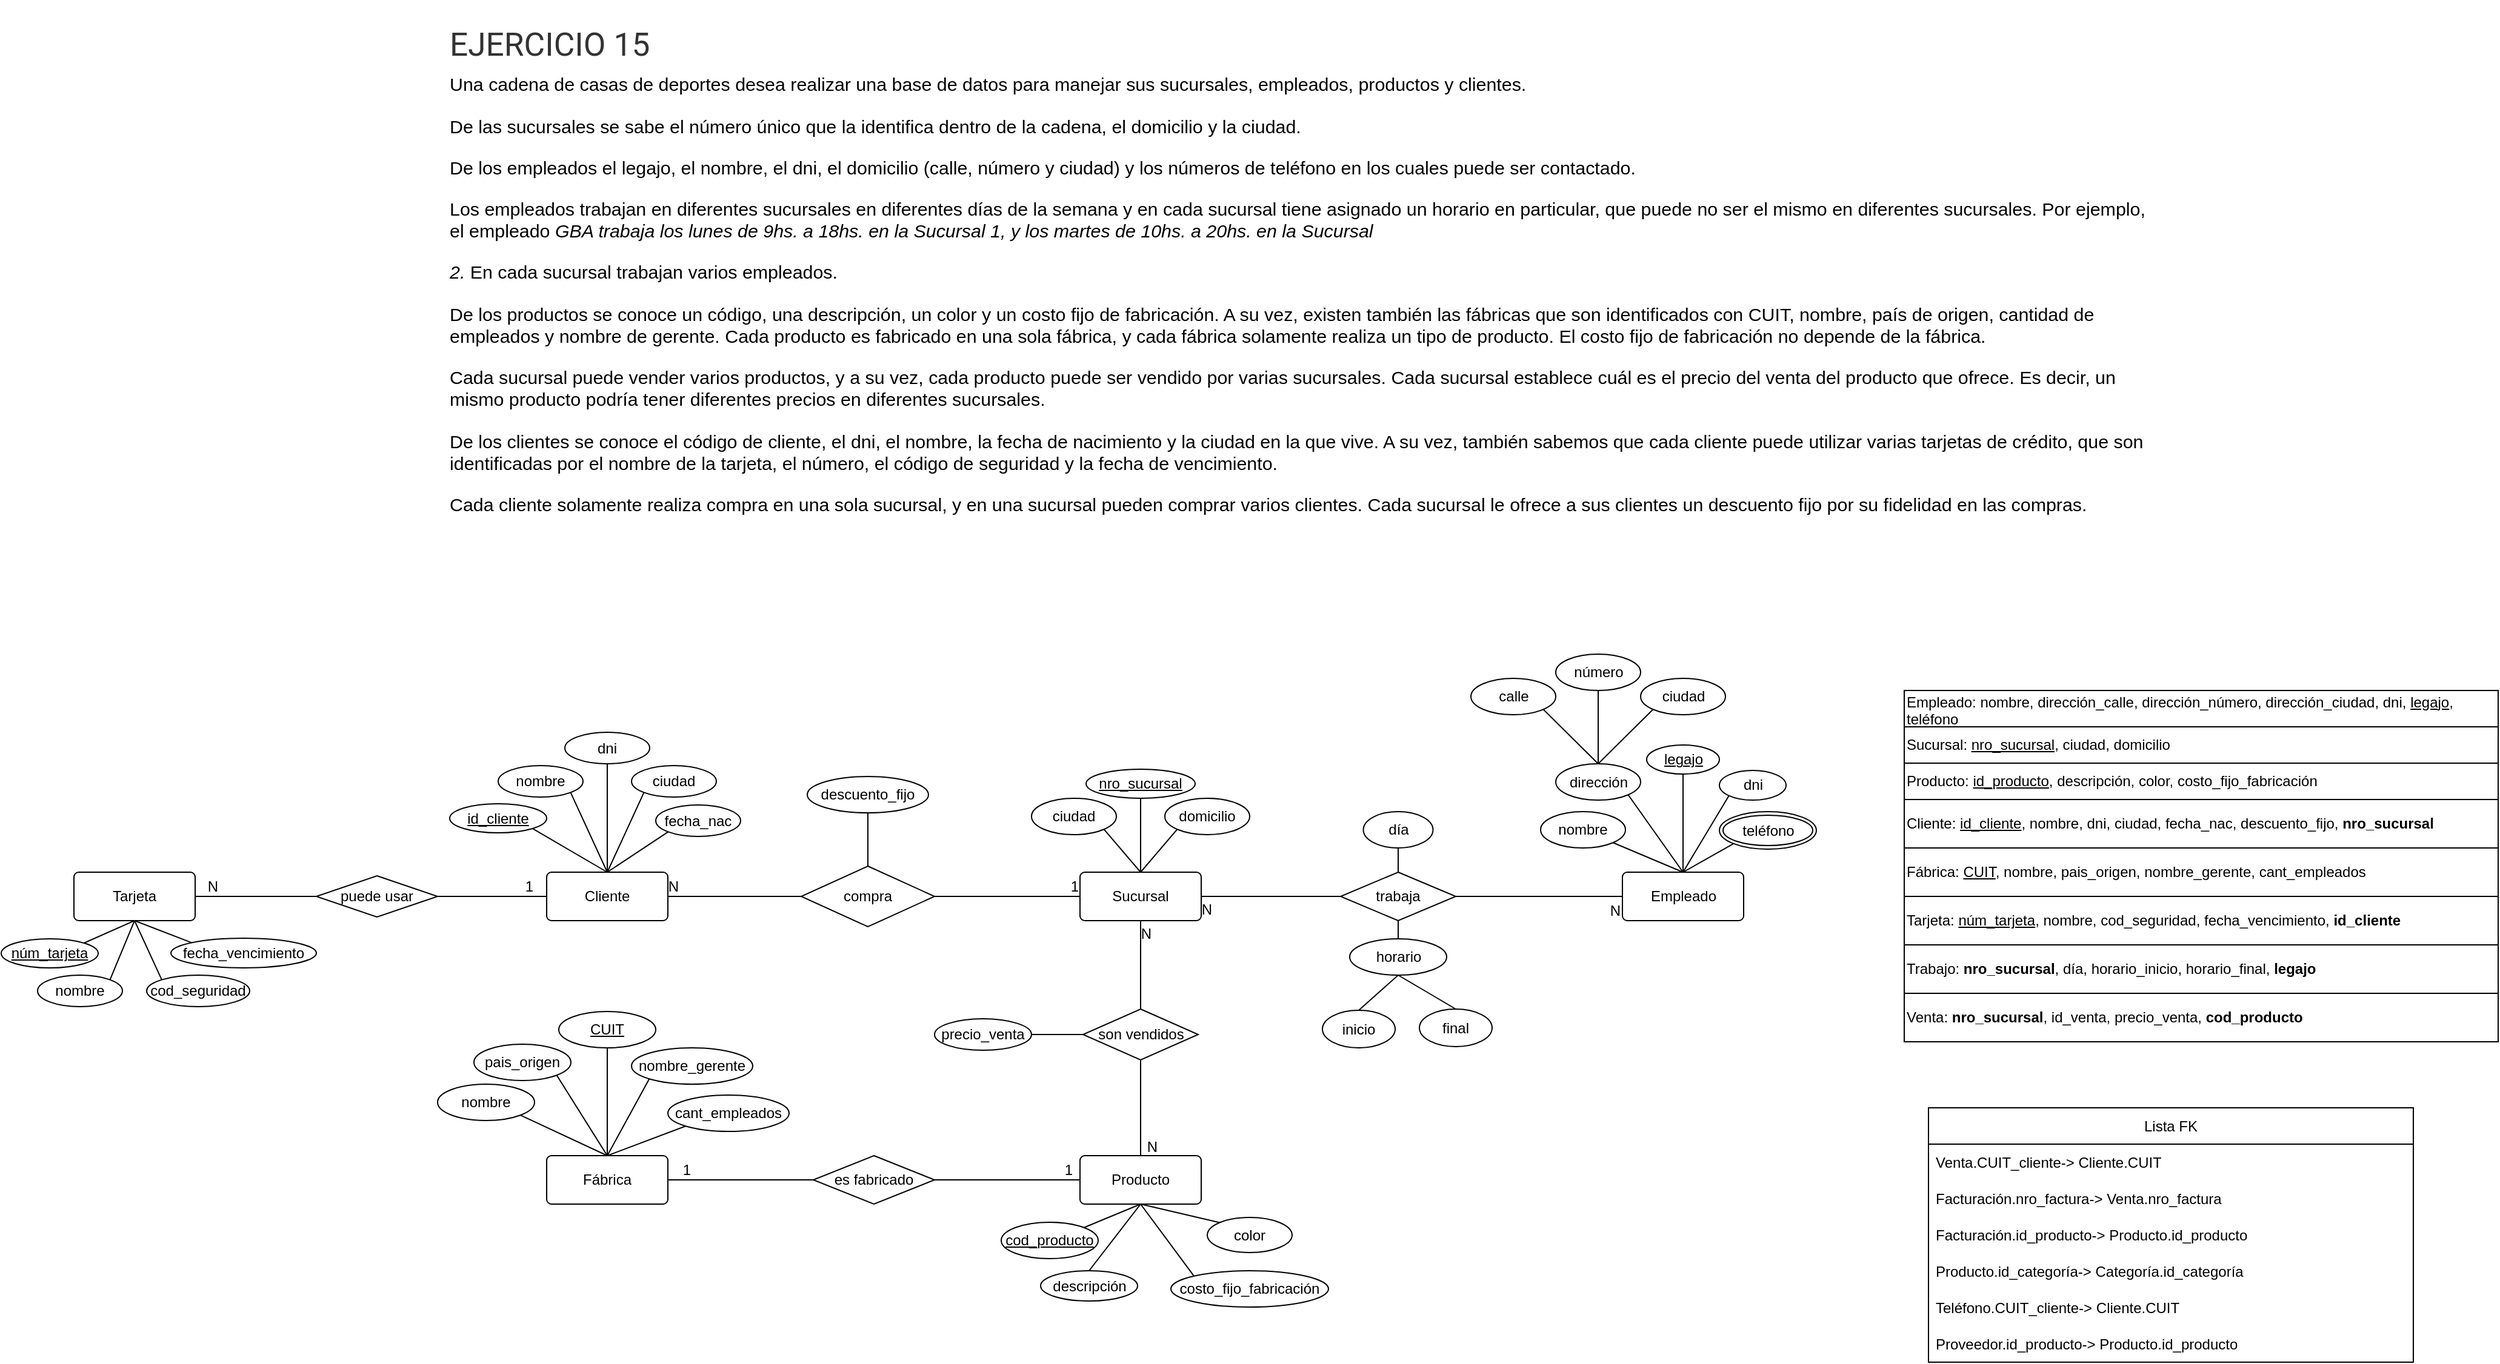
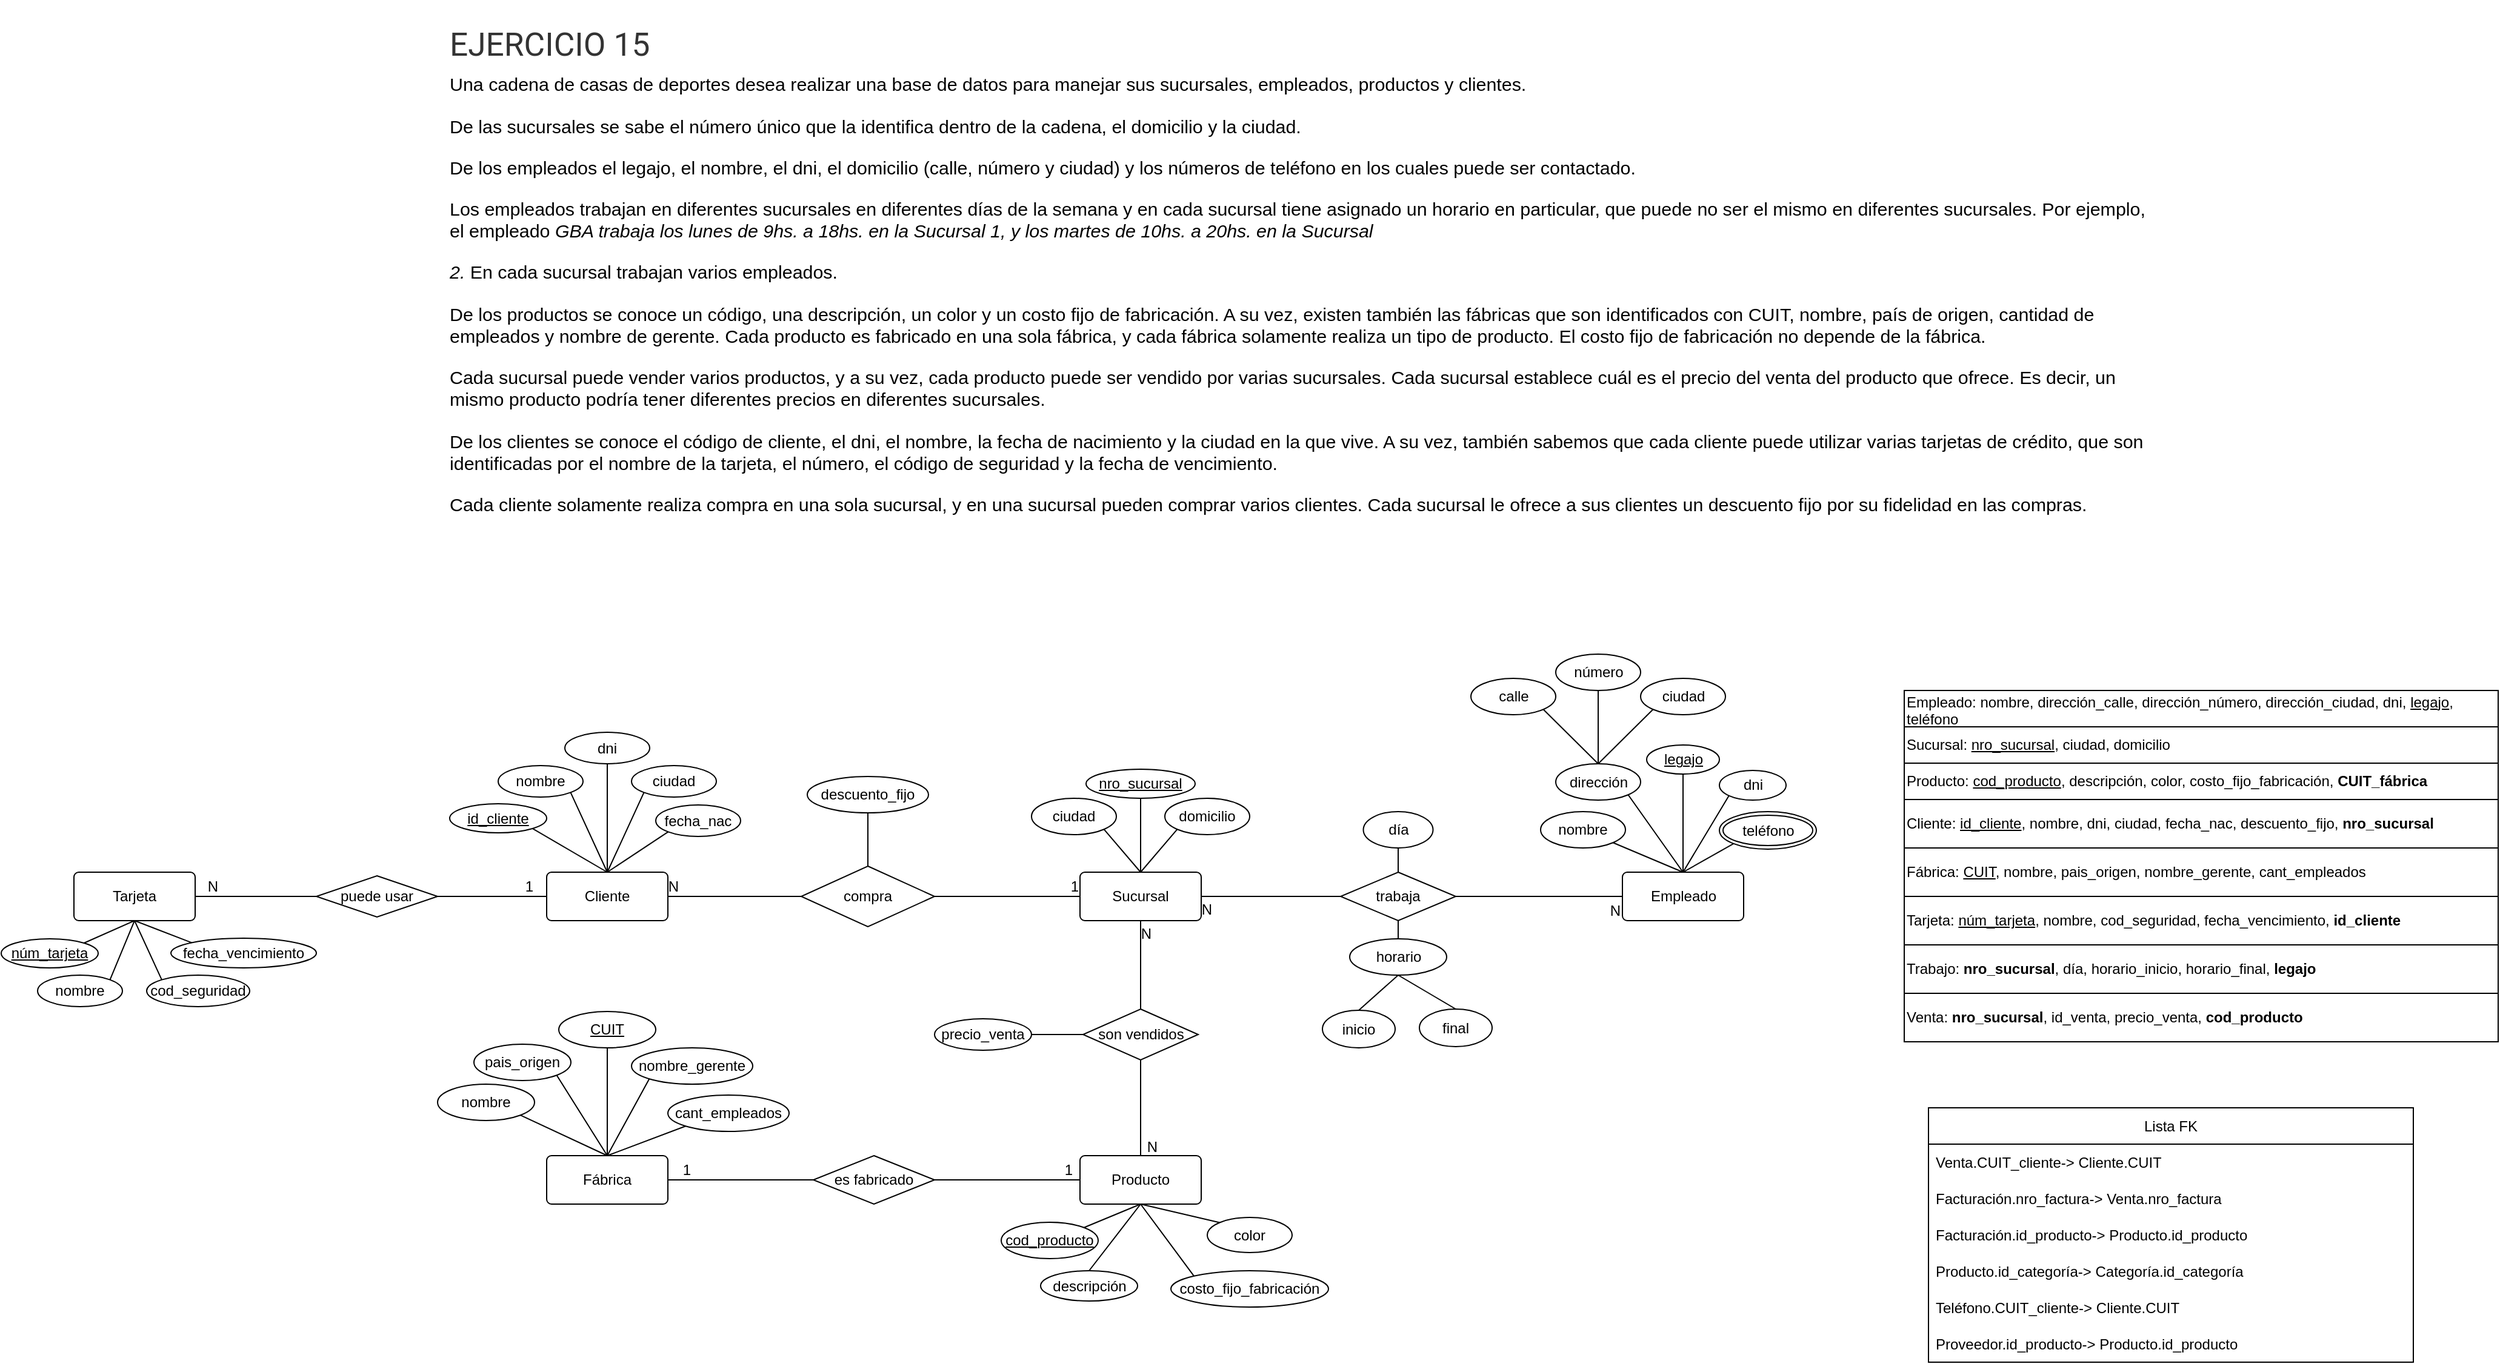
<mxfile host="app.diagrams.net">
  <diagram name="Página-1" id="dDNBranZba3NlD8anCg2">
    <mxGraphModel dx="2621" dy="1729" grid="1" gridSize="10" guides="1" tooltips="1" connect="1" arrows="1" fold="1" page="1" pageScale="1" pageWidth="1169" pageHeight="827" math="0" shadow="0">
      <root>
        <mxCell id="0" />
        <mxCell id="1" parent="0" />
        <mxCell id="__fQeJzKLpHXALts6HS9-1" parent="1" style="text;html=1;whiteSpace=wrap;overflow=hidden;rounded=0;" value="&#xa;&lt;h3 style=&quot;box-sizing: border-box; margin: 0px 0px 0.5rem; padding: 0px; font-weight: 400; line-height: 1.2; color: rgb(51, 51, 51); font-size: 1.6625rem; font-family: Roboto; font-style: normal; font-variant-ligatures: normal; font-variant-caps: normal; letter-spacing: normal; orphans: 2; text-align: start; text-indent: 0px; text-transform: none; widows: 2; word-spacing: 0px; -webkit-text-stroke-width: 0px; white-space: normal; background-color: rgb(255, 255, 255); text-decoration-thickness: initial; text-decoration-style: initial; text-decoration-color: initial;&quot;&gt;EJERCICIO 15&lt;/h3&gt;&lt;p style=&quot;box-sizing: border-box; margin: 0px 0px 1rem; padding: 0px; color: rgb(0, 0, 0); font-family: Barlow, Arial, sans-serif; font-size: 15.2px; font-style: normal; font-variant-ligatures: normal; font-variant-caps: normal; font-weight: 400; letter-spacing: normal; orphans: 2; text-align: start; text-indent: 0px; text-transform: none; widows: 2; word-spacing: 0px; -webkit-text-stroke-width: 0px; white-space: normal; background-color: rgb(255, 255, 255); text-decoration-thickness: initial; text-decoration-style: initial; text-decoration-color: initial;&quot;&gt;&lt;span lang=&quot;ES&quot; style=&quot;box-sizing: border-box; margin: 0px; padding: 0px;&quot;&gt;Una cadena de casas de deportes desea realizar una base de datos para manejar sus sucursales, empleados, productos y clientes.&lt;/span&gt;&lt;/p&gt;&lt;p id=&quot;yui_3_18_1_1_1779135404458_267&quot; style=&quot;box-sizing: border-box; margin: 0px 0px 1rem; padding: 0px; color: rgb(0, 0, 0); font-family: Barlow, Arial, sans-serif; font-size: 15.2px; font-style: normal; font-variant-ligatures: normal; font-variant-caps: normal; font-weight: 400; letter-spacing: normal; orphans: 2; text-align: start; text-indent: 0px; text-transform: none; widows: 2; word-spacing: 0px; -webkit-text-stroke-width: 0px; white-space: normal; background-color: rgb(255, 255, 255); text-decoration-thickness: initial; text-decoration-style: initial; text-decoration-color: initial;&quot;&gt;&lt;span lang=&quot;ES&quot; id=&quot;yui_3_18_1_1_1779135404458_266&quot; style=&quot;box-sizing: border-box; margin: 0px; padding: 0px;&quot;&gt;De las sucursales se sabe el número único que la identifica dentro de la cadena, el domicilio y la ciudad.&lt;/span&gt;&lt;/p&gt;&lt;p style=&quot;box-sizing: border-box; margin: 0px 0px 1rem; padding: 0px; color: rgb(0, 0, 0); font-family: Barlow, Arial, sans-serif; font-size: 15.2px; font-style: normal; font-variant-ligatures: normal; font-variant-caps: normal; font-weight: 400; letter-spacing: normal; orphans: 2; text-align: start; text-indent: 0px; text-transform: none; widows: 2; word-spacing: 0px; -webkit-text-stroke-width: 0px; white-space: normal; background-color: rgb(255, 255, 255); text-decoration-thickness: initial; text-decoration-style: initial; text-decoration-color: initial;&quot;&gt;&lt;span lang=&quot;ES&quot; style=&quot;box-sizing: border-box; margin: 0px; padding: 0px;&quot;&gt;De los empleados el legajo, el nombre, el dni, el domicilio (calle, número y ciudad) y los números de teléfono en los cuales puede ser contactado.&lt;/span&gt;&lt;/p&gt;&lt;p style=&quot;box-sizing: border-box; margin: 0px 0px 1rem; padding: 0px; color: rgb(0, 0, 0); font-family: Barlow, Arial, sans-serif; font-size: 15.2px; font-style: normal; font-variant-ligatures: normal; font-variant-caps: normal; font-weight: 400; letter-spacing: normal; orphans: 2; text-align: start; text-indent: 0px; text-transform: none; widows: 2; word-spacing: 0px; -webkit-text-stroke-width: 0px; white-space: normal; background-color: rgb(255, 255, 255); text-decoration-thickness: initial; text-decoration-style: initial; text-decoration-color: initial;&quot;&gt;&lt;span lang=&quot;ES&quot; style=&quot;box-sizing: border-box; margin: 0px; padding: 0px;&quot;&gt;Los empleados trabajan en diferentes sucursales en diferentes días de la semana y en cada sucursal tiene asignado un horario en particular, que puede no ser el mismo en diferentes sucursales. Por ejemplo, el empleado&amp;nbsp;&lt;i style=&quot;box-sizing: border-box; margin: 0px; padding: 0px;&quot;&gt;GBA trabaja los lunes de 9hs. a 18hs. en la Sucursal 1, y los martes de 10hs. a 20hs. en la Sucursal&lt;/i&gt;&lt;/span&gt;&lt;/p&gt;&lt;p style=&quot;box-sizing: border-box; margin: 0px 0px 1rem; padding: 0px; color: rgb(0, 0, 0); font-family: Barlow, Arial, sans-serif; font-size: 15.2px; font-style: normal; font-variant-ligatures: normal; font-variant-caps: normal; font-weight: 400; letter-spacing: normal; orphans: 2; text-align: start; text-indent: 0px; text-transform: none; widows: 2; word-spacing: 0px; -webkit-text-stroke-width: 0px; white-space: normal; background-color: rgb(255, 255, 255); text-decoration-thickness: initial; text-decoration-style: initial; text-decoration-color: initial;&quot;&gt;&lt;i style=&quot;box-sizing: border-box; margin: 0px; padding: 0px;&quot;&gt;&lt;span lang=&quot;ES&quot; style=&quot;box-sizing: border-box; margin: 0px; padding: 0px;&quot;&gt;2.&amp;nbsp;&lt;/span&gt;&lt;/i&gt;&lt;span lang=&quot;ES&quot; style=&quot;box-sizing: border-box; margin: 0px; padding: 0px;&quot;&gt;En cada sucursal trabajan varios empleados.&lt;/span&gt;&lt;/p&gt;&lt;p style=&quot;box-sizing: border-box; margin: 0px 0px 1rem; padding: 0px; color: rgb(0, 0, 0); font-family: Barlow, Arial, sans-serif; font-size: 15.2px; font-style: normal; font-variant-ligatures: normal; font-variant-caps: normal; font-weight: 400; letter-spacing: normal; orphans: 2; text-align: start; text-indent: 0px; text-transform: none; widows: 2; word-spacing: 0px; -webkit-text-stroke-width: 0px; white-space: normal; background-color: rgb(255, 255, 255); text-decoration-thickness: initial; text-decoration-style: initial; text-decoration-color: initial;&quot;&gt;&lt;span lang=&quot;ES&quot; style=&quot;box-sizing: border-box; margin: 0px; padding: 0px;&quot;&gt;De los productos se conoce un código, una descripción, un color y un costo fijo de fabricación. A su vez, existen también las fábricas que son identificados con CUIT, nombre, país de origen, cantidad de empleados y nombre de gerente. Cada producto es fabricado en una sola fábrica, y cada fábrica solamente realiza un tipo de producto. El costo fijo de fabricación no depende de la fábrica.&lt;/span&gt;&lt;/p&gt;&lt;p style=&quot;box-sizing: border-box; margin: 0px 0px 1rem; padding: 0px; color: rgb(0, 0, 0); font-family: Barlow, Arial, sans-serif; font-size: 15.2px; font-style: normal; font-variant-ligatures: normal; font-variant-caps: normal; font-weight: 400; letter-spacing: normal; orphans: 2; text-align: start; text-indent: 0px; text-transform: none; widows: 2; word-spacing: 0px; -webkit-text-stroke-width: 0px; white-space: normal; background-color: rgb(255, 255, 255); text-decoration-thickness: initial; text-decoration-style: initial; text-decoration-color: initial;&quot;&gt;&lt;span lang=&quot;ES&quot; style=&quot;box-sizing: border-box; margin: 0px; padding: 0px;&quot;&gt;Cada sucursal puede vender varios productos, y a su vez, cada producto puede ser vendido por varias sucursales. Cada sucursal establece cuál es el precio del venta del producto que ofrece. Es decir, un mismo producto podría tener diferentes precios en diferentes sucursales.&lt;/span&gt;&lt;/p&gt;&lt;p style=&quot;box-sizing: border-box; margin: 0px 0px 1rem; padding: 0px; color: rgb(0, 0, 0); font-family: Barlow, Arial, sans-serif; font-size: 15.2px; font-style: normal; font-variant-ligatures: normal; font-variant-caps: normal; font-weight: 400; letter-spacing: normal; orphans: 2; text-align: start; text-indent: 0px; text-transform: none; widows: 2; word-spacing: 0px; -webkit-text-stroke-width: 0px; white-space: normal; background-color: rgb(255, 255, 255); text-decoration-thickness: initial; text-decoration-style: initial; text-decoration-color: initial;&quot;&gt;&lt;span lang=&quot;ES&quot; style=&quot;box-sizing: border-box; margin: 0px; padding: 0px;&quot;&gt;De los clientes se conoce el código de cliente, el dni, el nombre, la fecha de nacimiento y la ciudad en la que vive. A su vez, también sabemos que cada cliente puede utilizar varias tarjetas de crédito, que son identificadas por el nombre de la tarjeta, el número, el código de seguridad y la fecha de vencimiento.&lt;/span&gt;&lt;/p&gt;&lt;p style=&quot;box-sizing: border-box; margin: 0px 0px 1rem; padding: 0px; color: rgb(0, 0, 0); font-family: Barlow, Arial, sans-serif; font-size: 15.2px; font-style: normal; font-variant-ligatures: normal; font-variant-caps: normal; font-weight: 400; letter-spacing: normal; orphans: 2; text-align: start; text-indent: 0px; text-transform: none; widows: 2; word-spacing: 0px; -webkit-text-stroke-width: 0px; white-space: normal; background-color: rgb(255, 255, 255); text-decoration-thickness: initial; text-decoration-style: initial; text-decoration-color: initial;&quot;&gt;&lt;span lang=&quot;ES&quot; style=&quot;box-sizing: border-box; margin: 0px; padding: 0px;&quot;&gt;Cada cliente solamente realiza compra en una sola sucursal, y en una sucursal pueden comprar varios clientes. Cada sucursal le ofrece a sus clientes un descuento fijo por su fidelidad en las compras.&lt;/span&gt;&lt;/p&gt;&#xa;&#xa;" vertex="1">
          <mxGeometry height="450" width="1415" x="-662.5" y="-750" as="geometry" />
        </mxCell>
        <mxCell id="__fQeJzKLpHXALts6HS9-2" parent="1" style="rounded=1;arcSize=10;whiteSpace=wrap;html=1;align=center;" value="Sucursal" vertex="1">
          <mxGeometry height="40" width="100" x="-140" y="-30" as="geometry" />
        </mxCell>
        <mxCell id="__fQeJzKLpHXALts6HS9-7" parent="1" style="rounded=1;arcSize=10;whiteSpace=wrap;html=1;align=center;" value="Empleado" vertex="1">
          <mxGeometry height="40" width="100" x="307.5" y="-30" as="geometry" />
        </mxCell>
        <mxCell id="__fQeJzKLpHXALts6HS9-11" parent="1" style="rounded=1;arcSize=10;whiteSpace=wrap;html=1;align=center;" value="Producto" vertex="1">
          <mxGeometry height="40" width="100" x="-140" y="204" as="geometry" />
        </mxCell>
        <mxCell id="__fQeJzKLpHXALts6HS9-13" parent="1" style="ellipse;whiteSpace=wrap;html=1;align=center;" value="costo_fijo_fabricación" vertex="1">
          <mxGeometry height="30" width="130" x="-65" y="299" as="geometry" />
        </mxCell>
        <mxCell id="__fQeJzKLpHXALts6HS9-15" parent="1" style="ellipse;whiteSpace=wrap;html=1;align=center;fontStyle=4;" value="cod_producto" vertex="1">
          <mxGeometry height="30" width="80" x="-205" y="259" as="geometry" />
        </mxCell>
        <mxCell id="__fQeJzKLpHXALts6HS9-16" parent="1" style="rounded=1;arcSize=10;whiteSpace=wrap;html=1;align=center;" value="Cliente" vertex="1">
          <mxGeometry height="40" width="100" x="-580" y="-30" as="geometry" />
        </mxCell>
        <mxCell id="__fQeJzKLpHXALts6HS9-17" parent="1" style="shape=rhombus;perimeter=rhombusPerimeter;whiteSpace=wrap;html=1;align=center;" value="compra" vertex="1">
          <mxGeometry height="50" width="110" x="-370" y="-35" as="geometry" />
        </mxCell>
        <mxCell id="__fQeJzKLpHXALts6HS9-28" parent="1" style="shape=rhombus;perimeter=rhombusPerimeter;whiteSpace=wrap;html=1;align=center;" value="es fabricado" vertex="1">
          <mxGeometry height="40" width="100" x="-360" y="204" as="geometry" />
        </mxCell>
        <mxCell id="__fQeJzKLpHXALts6HS9-29" parent="1" style="shape=rhombus;perimeter=rhombusPerimeter;whiteSpace=wrap;html=1;align=center;" value="trabaja" vertex="1">
          <mxGeometry height="40" width="95" x="75" y="-30" as="geometry" />
        </mxCell>
        <mxCell id="__fQeJzKLpHXALts6HS9-30" edge="1" parent="1" source="__fQeJzKLpHXALts6HS9-17" style="endArrow=none;html=1;rounded=0;exitX=1;exitY=0.5;exitDx=0;exitDy=0;entryX=0;entryY=0.5;entryDx=0;entryDy=0;" target="__fQeJzKLpHXALts6HS9-2" value="">
          <mxGeometry relative="1" as="geometry">
            <mxPoint x="-140" y="-275" as="sourcePoint" />
            <mxPoint x="-180" y="-10" as="targetPoint" />
          </mxGeometry>
        </mxCell>
        <mxCell id="__fQeJzKLpHXALts6HS9-31" connectable="0" parent="__fQeJzKLpHXALts6HS9-30" style="resizable=0;html=1;whiteSpace=wrap;align=right;verticalAlign=bottom;" value="1" vertex="1">
          <mxGeometry relative="1" x="1" as="geometry" />
        </mxCell>
        <mxCell id="__fQeJzKLpHXALts6HS9-34" edge="1" parent="1" source="__fQeJzKLpHXALts6HS9-17" style="endArrow=none;html=1;rounded=0;exitX=0;exitY=0.5;exitDx=0;exitDy=0;entryX=1;entryY=0.5;entryDx=0;entryDy=0;" target="__fQeJzKLpHXALts6HS9-16" value="">
          <mxGeometry relative="1" as="geometry">
            <mxPoint x="-140" y="55" as="sourcePoint" />
            <mxPoint x="-500" y="-15" as="targetPoint" />
          </mxGeometry>
        </mxCell>
        <mxCell id="__fQeJzKLpHXALts6HS9-35" connectable="0" parent="__fQeJzKLpHXALts6HS9-34" style="resizable=0;html=1;whiteSpace=wrap;align=right;verticalAlign=bottom;" value="N" vertex="1">
          <mxGeometry relative="1" x="1" as="geometry">
            <mxPoint x="10" as="offset" />
          </mxGeometry>
        </mxCell>
        <mxCell id="__fQeJzKLpHXALts6HS9-36" edge="1" parent="1" source="__fQeJzKLpHXALts6HS9-11" style="endArrow=none;html=1;rounded=0;exitX=0.5;exitY=1;exitDx=0;exitDy=0;entryX=0;entryY=0;entryDx=0;entryDy=0;" target="__fQeJzKLpHXALts6HS9-13" value="">
          <mxGeometry relative="1" as="geometry">
            <mxPoint x="30" y="449" as="sourcePoint" />
            <mxPoint x="-30" y="215" as="targetPoint" />
          </mxGeometry>
        </mxCell>
        <mxCell id="__fQeJzKLpHXALts6HS9-37" edge="1" parent="1" source="__fQeJzKLpHXALts6HS9-11" style="endArrow=none;html=1;rounded=0;exitX=0.5;exitY=1;exitDx=0;exitDy=0;entryX=1;entryY=0;entryDx=0;entryDy=0;" target="__fQeJzKLpHXALts6HS9-15" value="">
          <mxGeometry relative="1" as="geometry">
            <mxPoint x="-100" y="289" as="sourcePoint" />
            <mxPoint x="-40" y="329" as="targetPoint" />
          </mxGeometry>
        </mxCell>
        <mxCell id="__fQeJzKLpHXALts6HS9-38" edge="1" parent="1" source="__fQeJzKLpHXALts6HS9-11" style="endArrow=none;html=1;rounded=0;exitX=0.5;exitY=1;exitDx=0;exitDy=0;entryX=0.5;entryY=0;entryDx=0;entryDy=0;" target="aBGAuLwUvEidJyp7IOy3-38" value="">
          <mxGeometry relative="1" as="geometry">
            <mxPoint x="-70" y="299" as="sourcePoint" />
            <mxPoint x="-130" y="299" as="targetPoint" />
          </mxGeometry>
        </mxCell>
        <mxCell id="__fQeJzKLpHXALts6HS9-39" edge="1" parent="1" source="__fQeJzKLpHXALts6HS9-28" style="endArrow=none;html=1;rounded=0;exitX=0;exitY=0.5;exitDx=0;exitDy=0;entryX=1;entryY=0.5;entryDx=0;entryDy=0;" target="aBGAuLwUvEidJyp7IOy3-49" value="">
          <mxGeometry relative="1" as="geometry">
            <mxPoint x="200" y="80" as="sourcePoint" />
            <mxPoint x="-390" y="70" as="targetPoint" />
          </mxGeometry>
        </mxCell>
        <mxCell id="__fQeJzKLpHXALts6HS9-40" connectable="0" parent="__fQeJzKLpHXALts6HS9-39" style="resizable=0;html=1;whiteSpace=wrap;align=right;verticalAlign=bottom;" value="1" vertex="1">
          <mxGeometry relative="1" x="1" as="geometry">
            <mxPoint x="20" as="offset" />
          </mxGeometry>
        </mxCell>
        <mxCell id="__fQeJzKLpHXALts6HS9-41" edge="1" parent="1" source="__fQeJzKLpHXALts6HS9-28" style="endArrow=none;html=1;rounded=0;exitX=1;exitY=0.5;exitDx=0;exitDy=0;entryX=0;entryY=0.5;entryDx=0;entryDy=0;" target="__fQeJzKLpHXALts6HS9-11" value="">
          <mxGeometry relative="1" as="geometry">
            <mxPoint x="-390" y="-80.00000000000023" as="sourcePoint" />
            <mxPoint x="-390" y="-170" as="targetPoint" />
          </mxGeometry>
        </mxCell>
        <mxCell id="__fQeJzKLpHXALts6HS9-42" connectable="0" parent="__fQeJzKLpHXALts6HS9-41" style="resizable=0;html=1;whiteSpace=wrap;align=right;verticalAlign=bottom;" value="1" vertex="1">
          <mxGeometry relative="1" x="1" as="geometry">
            <mxPoint x="-5" as="offset" />
          </mxGeometry>
        </mxCell>
        <mxCell id="__fQeJzKLpHXALts6HS9-47" edge="1" parent="1" source="aBGAuLwUvEidJyp7IOy3-1" style="endArrow=none;html=1;rounded=0;exitX=1;exitY=1;exitDx=0;exitDy=0;entryX=0.5;entryY=0;entryDx=0;entryDy=0;" target="__fQeJzKLpHXALts6HS9-2" value="">
          <mxGeometry relative="1" as="geometry">
            <mxPoint x="329.9999999999998" y="-304.9999999999998" as="sourcePoint" />
            <mxPoint x="390" y="-215" as="targetPoint" />
          </mxGeometry>
        </mxCell>
        <mxCell id="__fQeJzKLpHXALts6HS9-48" edge="1" parent="1" source="ueE01yVk29oMdbMIV5Yc-25" style="endArrow=none;html=1;rounded=0;entryX=0.5;entryY=0;entryDx=0;entryDy=0;exitX=0.5;exitY=1;exitDx=0;exitDy=0;" target="__fQeJzKLpHXALts6HS9-2" value="">
          <mxGeometry relative="1" as="geometry">
            <mxPoint x="370" y="-299" as="sourcePoint" />
            <mxPoint x="400" y="-195" as="targetPoint" />
          </mxGeometry>
        </mxCell>
        <mxCell id="__fQeJzKLpHXALts6HS9-58" edge="1" parent="1" source="__fQeJzKLpHXALts6HS9-29" style="endArrow=none;html=1;rounded=0;entryX=0;entryY=0.5;entryDx=0;entryDy=0;exitX=1;exitY=0.5;exitDx=0;exitDy=0;" target="__fQeJzKLpHXALts6HS9-7" value="">
          <mxGeometry relative="1" as="geometry">
            <mxPoint x="170" y="-15" as="sourcePoint" />
            <mxPoint x="300" y="-10" as="targetPoint" />
          </mxGeometry>
        </mxCell>
        <mxCell id="__fQeJzKLpHXALts6HS9-59" connectable="0" parent="__fQeJzKLpHXALts6HS9-58" style="resizable=0;html=1;whiteSpace=wrap;align=right;verticalAlign=bottom;" value="N" vertex="1">
          <mxGeometry relative="1" x="1" as="geometry">
            <mxPoint y="20" as="offset" />
          </mxGeometry>
        </mxCell>
        <mxCell id="__fQeJzKLpHXALts6HS9-60" edge="1" parent="1" source="__fQeJzKLpHXALts6HS9-29" style="endArrow=none;html=1;rounded=0;exitX=0;exitY=0.5;exitDx=0;exitDy=0;entryX=1;entryY=0.5;entryDx=0;entryDy=0;" target="__fQeJzKLpHXALts6HS9-2" value="">
          <mxGeometry relative="1" as="geometry">
            <mxPoint x="720" y="-195" as="sourcePoint" />
            <mxPoint x="880" y="-195" as="targetPoint" />
          </mxGeometry>
        </mxCell>
        <mxCell id="__fQeJzKLpHXALts6HS9-61" connectable="0" parent="__fQeJzKLpHXALts6HS9-60" style="resizable=0;html=1;whiteSpace=wrap;align=right;verticalAlign=bottom;" value="N" vertex="1">
          <mxGeometry relative="1" x="1" as="geometry">
            <mxPoint x="10" y="19" as="offset" />
          </mxGeometry>
        </mxCell>
        <mxCell id="ueE01yVk29oMdbMIV5Yc-1" parent="1" style="swimlane;fontStyle=0;childLayout=stackLayout;horizontal=1;startSize=30;horizontalStack=0;resizeParent=1;resizeParentMax=0;resizeLast=0;collapsible=1;marginBottom=0;whiteSpace=wrap;html=1;" value="Lista FK" vertex="1">
          <mxGeometry height="210" width="400" x="560" y="164.5" as="geometry" />
        </mxCell>
        <mxCell id="ueE01yVk29oMdbMIV5Yc-2" parent="ueE01yVk29oMdbMIV5Yc-1" style="text;strokeColor=none;fillColor=none;align=left;verticalAlign=middle;spacingLeft=4;spacingRight=4;overflow=hidden;points=[[0,0.5],[1,0.5]];portConstraint=eastwest;rotatable=0;whiteSpace=wrap;html=1;" value="Venta.CUIT_cliente-&amp;gt; Cliente.CUIT" vertex="1">
          <mxGeometry height="30" width="400" y="30" as="geometry" />
        </mxCell>
        <mxCell id="ueE01yVk29oMdbMIV5Yc-3" parent="ueE01yVk29oMdbMIV5Yc-1" style="text;strokeColor=none;fillColor=none;align=left;verticalAlign=middle;spacingLeft=4;spacingRight=4;overflow=hidden;points=[[0,0.5],[1,0.5]];portConstraint=eastwest;rotatable=0;whiteSpace=wrap;html=1;" value="Facturación.nro_factura-&amp;gt; Venta.nro_factura" vertex="1">
          <mxGeometry height="30" width="400" y="60" as="geometry" />
        </mxCell>
        <mxCell id="ueE01yVk29oMdbMIV5Yc-4" parent="ueE01yVk29oMdbMIV5Yc-1" style="text;strokeColor=none;fillColor=none;align=left;verticalAlign=middle;spacingLeft=4;spacingRight=4;overflow=hidden;points=[[0,0.5],[1,0.5]];portConstraint=eastwest;rotatable=0;whiteSpace=wrap;html=1;" value="Facturación.id_producto-&amp;gt; Producto.id_producto" vertex="1">
          <mxGeometry height="30" width="400" y="90" as="geometry" />
        </mxCell>
        <mxCell id="ueE01yVk29oMdbMIV5Yc-5" parent="ueE01yVk29oMdbMIV5Yc-1" style="text;strokeColor=none;fillColor=none;align=left;verticalAlign=middle;spacingLeft=4;spacingRight=4;overflow=hidden;points=[[0,0.5],[1,0.5]];portConstraint=eastwest;rotatable=0;whiteSpace=wrap;html=1;" value="Producto.id_categoría-&amp;gt; Categoría.id_categoría" vertex="1">
          <mxGeometry height="30" width="400" y="120" as="geometry" />
        </mxCell>
        <mxCell id="ueE01yVk29oMdbMIV5Yc-6" parent="ueE01yVk29oMdbMIV5Yc-1" style="text;strokeColor=none;fillColor=none;align=left;verticalAlign=middle;spacingLeft=4;spacingRight=4;overflow=hidden;points=[[0,0.5],[1,0.5]];portConstraint=eastwest;rotatable=0;whiteSpace=wrap;html=1;" value="Teléfono.CUIT_cliente-&amp;gt; Cliente.CUIT" vertex="1">
          <mxGeometry height="30" width="400" y="150" as="geometry" />
        </mxCell>
        <mxCell id="ueE01yVk29oMdbMIV5Yc-31" parent="ueE01yVk29oMdbMIV5Yc-1" style="text;strokeColor=none;fillColor=none;align=left;verticalAlign=middle;spacingLeft=4;spacingRight=4;overflow=hidden;points=[[0,0.5],[1,0.5]];portConstraint=eastwest;rotatable=0;whiteSpace=wrap;html=1;" value="Proveedor.id_producto-&amp;gt; Producto.id_producto" vertex="1">
          <mxGeometry height="30" width="400" y="180" as="geometry" />
        </mxCell>
        <mxCell id="ueE01yVk29oMdbMIV5Yc-12" parent="1" style="shape=table;startSize=0;container=1;collapsible=0;childLayout=tableLayout;fixedHeader=1;" value="" vertex="1">
          <mxGeometry height="290" width="490" x="540" y="-180" as="geometry" />
        </mxCell>
        <mxCell id="3osZsQ2Fq6k2BvSbL6Ga-1" parent="ueE01yVk29oMdbMIV5Yc-12" style="shape=tableRow;horizontal=0;startSize=0;swimlaneHead=0;swimlaneBody=0;strokeColor=inherit;top=0;left=0;bottom=0;right=0;collapsible=0;dropTarget=0;fillColor=none;points=[[0,0.5],[1,0.5]];portConstraint=eastwest;fixedHeader=1;" value="" vertex="1">
          <mxGeometry height="30" width="490" as="geometry" />
        </mxCell>
        <mxCell id="3osZsQ2Fq6k2BvSbL6Ga-2" parent="3osZsQ2Fq6k2BvSbL6Ga-1" style="shape=partialRectangle;html=1;whiteSpace=wrap;connectable=0;strokeColor=inherit;overflow=hidden;fillColor=none;top=0;left=0;bottom=0;right=0;pointerEvents=1;align=left;" value="&lt;div style=&quot;&quot;&gt;&lt;span style=&quot;background-color: transparent; color: light-dark(rgb(0, 0, 0), rgb(255, 255, 255));&quot;&gt;Empleado: nombre,&amp;nbsp;&lt;/span&gt;&lt;span style=&quot;background-color: transparent; color: light-dark(rgb(0, 0, 0), rgb(255, 255, 255));&quot;&gt;dirección_calle, dirección_número, dirección_ciudad, dni&lt;/span&gt;&lt;span style=&quot;background-color: transparent; color: light-dark(rgb(0, 0, 0), rgb(255, 255, 255));&quot;&gt;, &lt;u&gt;legajo&lt;/u&gt;, teléfono&lt;/span&gt;&lt;/div&gt;" vertex="1">
          <mxGeometry height="30" width="490" as="geometry">
            <mxRectangle height="30" width="490" as="alternateBounds" />
          </mxGeometry>
        </mxCell>
        <mxCell id="ueE01yVk29oMdbMIV5Yc-13" parent="ueE01yVk29oMdbMIV5Yc-12" style="shape=tableRow;horizontal=0;startSize=0;swimlaneHead=0;swimlaneBody=0;strokeColor=inherit;top=0;left=0;bottom=0;right=0;collapsible=0;dropTarget=0;fillColor=none;points=[[0,0.5],[1,0.5]];portConstraint=eastwest;fixedHeader=1;" value="" vertex="1">
          <mxGeometry height="30" width="490" y="30" as="geometry" />
        </mxCell>
        <mxCell id="ueE01yVk29oMdbMIV5Yc-14" parent="ueE01yVk29oMdbMIV5Yc-13" style="shape=partialRectangle;html=1;whiteSpace=wrap;connectable=0;strokeColor=inherit;overflow=hidden;fillColor=none;top=0;left=0;bottom=0;right=0;pointerEvents=1;align=left;" value="&lt;div style=&quot;&quot;&gt;&lt;span style=&quot;background-color: transparent; color: light-dark(rgb(0, 0, 0), rgb(255, 255, 255));&quot;&gt;Sucursal: &lt;u&gt;nro_sucursal&lt;/u&gt;,&amp;nbsp;&lt;/span&gt;&lt;span style=&quot;background-color: transparent; color: light-dark(rgb(0, 0, 0), rgb(255, 255, 255));&quot;&gt;ciudad, domicilio&lt;/span&gt;&lt;/div&gt;" vertex="1">
          <mxGeometry height="30" width="490" as="geometry">
            <mxRectangle height="30" width="490" as="alternateBounds" />
          </mxGeometry>
        </mxCell>
        <mxCell id="ueE01yVk29oMdbMIV5Yc-15" parent="ueE01yVk29oMdbMIV5Yc-12" style="shape=tableRow;horizontal=0;startSize=0;swimlaneHead=0;swimlaneBody=0;strokeColor=inherit;top=0;left=0;bottom=0;right=0;collapsible=0;dropTarget=0;fillColor=none;points=[[0,0.5],[1,0.5]];portConstraint=eastwest;fixedHeader=1;" value="" vertex="1">
          <mxGeometry height="30" width="490" y="60" as="geometry" />
        </mxCell>
-         <mxCell id="ueE01yVk29oMdbMIV5Yc-16" parent="ueE01yVk29oMdbMIV5Yc-15" style="shape=partialRectangle;html=1;whiteSpace=wrap;connectable=0;strokeColor=inherit;overflow=hidden;fillColor=none;top=0;left=0;bottom=0;right=0;pointerEvents=1;align=left;" value="Producto: &lt;u&gt;id_producto&lt;/u&gt;, descripción, color, costo_fijo_fabricación" vertex="1">
+         <mxCell id="ueE01yVk29oMdbMIV5Yc-16" parent="ueE01yVk29oMdbMIV5Yc-15" style="shape=partialRectangle;html=1;whiteSpace=wrap;connectable=0;strokeColor=inherit;overflow=hidden;fillColor=none;top=0;left=0;bottom=0;right=0;pointerEvents=1;align=left;" value="Producto: &lt;u&gt;cod_producto&lt;/u&gt;, descripción, color, costo_fijo_fabricación, &lt;b&gt;CUIT_fábrica&lt;/b&gt;" vertex="1">
          <mxGeometry height="30" width="490" as="geometry">
            <mxRectangle height="30" width="490" as="alternateBounds" />
          </mxGeometry>
        </mxCell>
        <mxCell id="ueE01yVk29oMdbMIV5Yc-17" parent="ueE01yVk29oMdbMIV5Yc-12" style="shape=tableRow;horizontal=0;startSize=0;swimlaneHead=0;swimlaneBody=0;strokeColor=inherit;top=0;left=0;bottom=0;right=0;collapsible=0;dropTarget=0;fillColor=none;points=[[0,0.5],[1,0.5]];portConstraint=eastwest;fixedHeader=1;" value="" vertex="1">
          <mxGeometry height="40" width="490" y="90" as="geometry" />
        </mxCell>
        <mxCell id="ueE01yVk29oMdbMIV5Yc-18" parent="ueE01yVk29oMdbMIV5Yc-17" style="shape=partialRectangle;html=1;whiteSpace=wrap;connectable=0;strokeColor=inherit;overflow=hidden;fillColor=none;top=0;left=0;bottom=0;right=0;pointerEvents=1;align=left;" value="Cliente: &lt;u&gt;id_cliente&lt;/u&gt;, nombre, dni, ciudad, fecha_nac, descuento_fijo, &lt;b&gt;nro_sucursal&lt;/b&gt;" vertex="1">
          <mxGeometry height="40" width="490" as="geometry">
            <mxRectangle height="40" width="490" as="alternateBounds" />
          </mxGeometry>
        </mxCell>
        <mxCell id="ueE01yVk29oMdbMIV5Yc-19" parent="ueE01yVk29oMdbMIV5Yc-12" style="shape=tableRow;horizontal=0;startSize=0;swimlaneHead=0;swimlaneBody=0;strokeColor=inherit;top=0;left=0;bottom=0;right=0;collapsible=0;dropTarget=0;fillColor=none;points=[[0,0.5],[1,0.5]];portConstraint=eastwest;fixedHeader=1;" value="" vertex="1">
          <mxGeometry height="40" width="490" y="130" as="geometry" />
        </mxCell>
        <mxCell id="ueE01yVk29oMdbMIV5Yc-20" parent="ueE01yVk29oMdbMIV5Yc-19" style="shape=partialRectangle;html=1;whiteSpace=wrap;connectable=0;strokeColor=inherit;overflow=hidden;fillColor=none;top=0;left=0;bottom=0;right=0;pointerEvents=1;align=left;" value="&lt;span style=&quot;color: light-dark(rgb(0, 0, 0), rgb(255, 255, 255)); background-color: transparent;&quot;&gt;Fábrica:&amp;nbsp;&lt;/span&gt;&lt;u&gt;CUIT&lt;/u&gt;,&amp;nbsp;&lt;span style=&quot;color: light-dark(rgb(0, 0, 0), rgb(255, 255, 255)); background-color: transparent;&quot;&gt;nombre, pais_origen,&lt;/span&gt;&lt;span style=&quot;color: light-dark(rgb(0, 0, 0), rgb(255, 255, 255)); background-color: transparent;&quot;&gt;&amp;nbsp;nombre_gerente, cant_empleados&amp;nbsp;&lt;/span&gt;" vertex="1">
          <mxGeometry height="40" width="490" as="geometry">
            <mxRectangle height="40" width="490" as="alternateBounds" />
          </mxGeometry>
        </mxCell>
        <mxCell id="ueE01yVk29oMdbMIV5Yc-23" parent="ueE01yVk29oMdbMIV5Yc-12" style="shape=tableRow;horizontal=0;startSize=0;swimlaneHead=0;swimlaneBody=0;strokeColor=inherit;top=0;left=0;bottom=0;right=0;collapsible=0;dropTarget=0;fillColor=none;points=[[0,0.5],[1,0.5]];portConstraint=eastwest;fixedHeader=1;" vertex="1">
          <mxGeometry height="40" width="490" y="170" as="geometry" />
        </mxCell>
        <mxCell id="ueE01yVk29oMdbMIV5Yc-24" parent="ueE01yVk29oMdbMIV5Yc-23" style="shape=partialRectangle;html=1;whiteSpace=wrap;connectable=0;strokeColor=inherit;overflow=hidden;fillColor=none;top=0;left=0;bottom=0;right=0;pointerEvents=1;align=left;" value="Tarjeta: &lt;u style=&quot;&quot;&gt;núm_tarjeta&lt;/u&gt;, nombre, cod_seguridad, fecha_vencimiento, &lt;b&gt;id_cliente&lt;/b&gt;" vertex="1">
          <mxGeometry height="40" width="490" as="geometry">
            <mxRectangle height="40" width="490" as="alternateBounds" />
          </mxGeometry>
        </mxCell>
        <mxCell id="ueE01yVk29oMdbMIV5Yc-26" parent="ueE01yVk29oMdbMIV5Yc-12" style="shape=tableRow;horizontal=0;startSize=0;swimlaneHead=0;swimlaneBody=0;strokeColor=inherit;top=0;left=0;bottom=0;right=0;collapsible=0;dropTarget=0;fillColor=none;points=[[0,0.5],[1,0.5]];portConstraint=eastwest;fixedHeader=1;" vertex="1">
          <mxGeometry height="40" width="490" y="210" as="geometry" />
        </mxCell>
        <mxCell id="ueE01yVk29oMdbMIV5Yc-27" parent="ueE01yVk29oMdbMIV5Yc-26" style="shape=partialRectangle;html=1;whiteSpace=wrap;connectable=0;strokeColor=inherit;overflow=hidden;fillColor=none;top=0;left=0;bottom=0;right=0;pointerEvents=1;align=left;" value="Trabajo:&amp;nbsp;&lt;b&gt;nro_sucursal&lt;/b&gt;, día, horario_inicio, horario_final, &lt;b&gt;legajo&lt;/b&gt;" vertex="1">
          <mxGeometry height="40" width="490" as="geometry">
            <mxRectangle height="40" width="490" as="alternateBounds" />
          </mxGeometry>
        </mxCell>
        <mxCell id="SlJ4NUUqttZ9YjQKcY5y-1" parent="ueE01yVk29oMdbMIV5Yc-12" style="shape=tableRow;horizontal=0;startSize=0;swimlaneHead=0;swimlaneBody=0;strokeColor=inherit;top=0;left=0;bottom=0;right=0;collapsible=0;dropTarget=0;fillColor=none;points=[[0,0.5],[1,0.5]];portConstraint=eastwest;fixedHeader=1;" vertex="1">
          <mxGeometry height="40" width="490" y="250" as="geometry" />
        </mxCell>
        <mxCell id="SlJ4NUUqttZ9YjQKcY5y-2" parent="SlJ4NUUqttZ9YjQKcY5y-1" style="shape=partialRectangle;html=1;whiteSpace=wrap;connectable=0;strokeColor=inherit;overflow=hidden;fillColor=none;top=0;left=0;bottom=0;right=0;pointerEvents=1;align=left;" value="Venta:&amp;nbsp;&lt;b&gt;nro_sucursal&lt;/b&gt;, id_venta, precio_venta, &lt;b&gt;cod_producto&lt;/b&gt;&amp;nbsp;&lt;span style=&quot;color: rgba(0, 0, 0, 0); font-family: monospace; font-size: 0px; white-space: nowrap;&quot;&gt;%3CmxGraphModel%3E%3Croot%3E%3CmxCell%20id%3D%220%22%2F%3E%3CmxCell%20id%3D%221%22%20parent%3D%220%22%2F%3E%3CmxCell%20id%3D%222%22%20parent%3D%221%22%20style%3D%22ellipse%3BwhiteSpace%3Dwrap%3Bhtml%3D1%3Balign%3Dcenter%3BfontStyle%3D4%3B%22%20value%3D%22cod_producto%22%20vertex%3D%221%22%3E%3CmxGeometry%20height%3D%2230%22%20width%3D%2280%22%20x%3D%22-205%22%20y%3D%22259%22%20as%3D%22geometry%22%2F%3E%3C%2FmxCell%3E%3C%2Froot%3E%3C%2FmxGraphModel%3E&lt;/span&gt;" vertex="1">
          <mxGeometry height="40" width="490" as="geometry">
            <mxRectangle height="40" width="490" as="alternateBounds" />
          </mxGeometry>
        </mxCell>
        <mxCell id="ueE01yVk29oMdbMIV5Yc-25" parent="1" style="ellipse;whiteSpace=wrap;html=1;align=center;fontStyle=4;" value="nro_sucursal" vertex="1">
          <mxGeometry height="24" width="90" x="-135" y="-115" as="geometry" />
        </mxCell>
        <mxCell id="aBGAuLwUvEidJyp7IOy3-1" parent="1" style="ellipse;whiteSpace=wrap;html=1;align=center;" value="ciudad" vertex="1">
          <mxGeometry height="30" width="70" x="-180" y="-91" as="geometry" />
        </mxCell>
        <mxCell id="aBGAuLwUvEidJyp7IOy3-6" parent="1" style="ellipse;whiteSpace=wrap;html=1;align=center;" value="domicilio" vertex="1">
          <mxGeometry height="30" width="70" x="-70" y="-91" as="geometry" />
        </mxCell>
        <mxCell id="aBGAuLwUvEidJyp7IOy3-11" edge="1" parent="1" source="__fQeJzKLpHXALts6HS9-2" style="endArrow=none;html=1;rounded=0;exitX=0.5;exitY=0;exitDx=0;exitDy=0;entryX=0;entryY=1;entryDx=0;entryDy=0;" target="aBGAuLwUvEidJyp7IOy3-6" value="">
          <mxGeometry relative="1" as="geometry">
            <mxPoint x="430" y="-315" as="sourcePoint" />
            <mxPoint x="470" y="-271" as="targetPoint" />
          </mxGeometry>
        </mxCell>
        <mxCell id="aBGAuLwUvEidJyp7IOy3-17" parent="1" style="ellipse;whiteSpace=wrap;html=1;align=center;" value="nombre" vertex="1">
          <mxGeometry height="30" width="70" x="240" y="-80" as="geometry" />
        </mxCell>
        <mxCell id="aBGAuLwUvEidJyp7IOy3-18" edge="1" parent="1" source="aBGAuLwUvEidJyp7IOy3-17" style="endArrow=none;html=1;rounded=0;exitX=1;exitY=1;exitDx=0;exitDy=0;entryX=0.5;entryY=0;entryDx=0;entryDy=0;" target="__fQeJzKLpHXALts6HS9-7" value="">
          <mxGeometry relative="1" as="geometry">
            <mxPoint x="292.5" y="-20" as="sourcePoint" />
            <mxPoint x="402.5" y="-40" as="targetPoint" />
          </mxGeometry>
        </mxCell>
        <mxCell id="aBGAuLwUvEidJyp7IOy3-19" edge="1" parent="1" source="aBGAuLwUvEidJyp7IOy3-22" style="endArrow=none;html=1;rounded=0;exitX=1;exitY=1;exitDx=0;exitDy=0;entryX=0.5;entryY=0;entryDx=0;entryDy=0;" target="__fQeJzKLpHXALts6HS9-7" value="">
          <mxGeometry relative="1" as="geometry">
            <mxPoint x="402.4999999999998" y="-99.99999999999977" as="sourcePoint" />
            <mxPoint x="402.5" y="-40" as="targetPoint" />
          </mxGeometry>
        </mxCell>
        <mxCell id="aBGAuLwUvEidJyp7IOy3-20" edge="1" parent="1" source="aBGAuLwUvEidJyp7IOy3-21" style="endArrow=none;html=1;rounded=0;entryX=0.5;entryY=0;entryDx=0;entryDy=0;exitX=0.5;exitY=0;exitDx=0;exitDy=0;" target="__fQeJzKLpHXALts6HS9-7" value="">
          <mxGeometry relative="1" as="geometry">
            <mxPoint x="442.5" y="-94" as="sourcePoint" />
            <mxPoint x="402.5" y="-40" as="targetPoint" />
          </mxGeometry>
        </mxCell>
        <mxCell id="aBGAuLwUvEidJyp7IOy3-21" parent="1" style="ellipse;whiteSpace=wrap;html=1;align=center;fontStyle=4;" value="legajo" vertex="1">
          <mxGeometry height="24" width="60" x="327.5" y="-135" as="geometry" />
        </mxCell>
        <mxCell id="aBGAuLwUvEidJyp7IOy3-22" parent="1" style="ellipse;whiteSpace=wrap;html=1;align=center;" value="dirección" vertex="1">
          <mxGeometry height="30" width="70" x="252.5" y="-119.5" as="geometry" />
        </mxCell>
        <mxCell id="aBGAuLwUvEidJyp7IOy3-26" edge="1" parent="1" source="__fQeJzKLpHXALts6HS9-7" style="endArrow=none;html=1;rounded=0;exitX=0.5;exitY=0;exitDx=0;exitDy=0;entryX=0;entryY=1;entryDx=0;entryDy=0;" target="aBGAuLwUvEidJyp7IOy3-27" value="">
          <mxGeometry relative="1" as="geometry">
            <mxPoint x="402.5" y="-40" as="sourcePoint" />
            <mxPoint x="442.751262658438" y="-84.39339828218772" as="targetPoint" />
          </mxGeometry>
        </mxCell>
        <mxCell id="aBGAuLwUvEidJyp7IOy3-27" parent="1" style="ellipse;shape=doubleEllipse;margin=3;whiteSpace=wrap;html=1;align=center;" value="teléfono" vertex="1">
          <mxGeometry height="31" width="80" x="387.5" y="-80" as="geometry" />
        </mxCell>
        <mxCell id="aBGAuLwUvEidJyp7IOy3-31" parent="1" style="ellipse;whiteSpace=wrap;html=1;align=center;" value="calle" vertex="1">
          <mxGeometry height="30" width="70" x="182.5" y="-190" as="geometry" />
        </mxCell>
        <mxCell id="aBGAuLwUvEidJyp7IOy3-32" parent="1" style="ellipse;whiteSpace=wrap;html=1;align=center;" value="número" vertex="1">
          <mxGeometry height="30" width="70" x="252.5" y="-210" as="geometry" />
        </mxCell>
        <mxCell id="aBGAuLwUvEidJyp7IOy3-33" parent="1" style="ellipse;whiteSpace=wrap;html=1;align=center;" value="ciudad" vertex="1">
          <mxGeometry height="30" width="70" x="322.5" y="-190" as="geometry" />
        </mxCell>
        <mxCell id="aBGAuLwUvEidJyp7IOy3-34" edge="1" parent="1" source="aBGAuLwUvEidJyp7IOy3-33" style="endArrow=none;html=1;rounded=0;exitX=0;exitY=1;exitDx=0;exitDy=0;entryX=0.5;entryY=0;entryDx=0;entryDy=0;" target="aBGAuLwUvEidJyp7IOy3-22" value="">
          <mxGeometry relative="1" as="geometry">
            <mxPoint x="482.5" y="-375" as="sourcePoint" />
            <mxPoint x="272.5" y="-210" as="targetPoint" />
          </mxGeometry>
        </mxCell>
        <mxCell id="aBGAuLwUvEidJyp7IOy3-35" edge="1" parent="1" source="aBGAuLwUvEidJyp7IOy3-22" style="endArrow=none;html=1;rounded=0;exitX=0.5;exitY=0;exitDx=0;exitDy=0;entryX=0.5;entryY=1;entryDx=0;entryDy=0;" target="aBGAuLwUvEidJyp7IOy3-32" value="">
          <mxGeometry relative="1" as="geometry">
            <mxPoint x="272.5" y="-210" as="sourcePoint" />
            <mxPoint x="452.5" y="-221" as="targetPoint" />
          </mxGeometry>
        </mxCell>
        <mxCell id="aBGAuLwUvEidJyp7IOy3-36" edge="1" parent="1" source="aBGAuLwUvEidJyp7IOy3-31" style="endArrow=none;html=1;rounded=0;entryX=0.5;entryY=0;entryDx=0;entryDy=0;exitX=1;exitY=1;exitDx=0;exitDy=0;" target="aBGAuLwUvEidJyp7IOy3-22" value="">
          <mxGeometry relative="1" as="geometry">
            <mxPoint x="247.5" y="-180" as="sourcePoint" />
            <mxPoint x="272.5" y="-210" as="targetPoint" />
          </mxGeometry>
        </mxCell>
        <mxCell id="aBGAuLwUvEidJyp7IOy3-38" parent="1" style="ellipse;whiteSpace=wrap;html=1;align=center;" value="descripción" vertex="1">
          <mxGeometry height="25" width="80" x="-172.5" y="299" as="geometry" />
        </mxCell>
        <mxCell id="aBGAuLwUvEidJyp7IOy3-41" parent="1" style="ellipse;whiteSpace=wrap;html=1;align=center;" value="nombre_gerente" vertex="1">
          <mxGeometry height="30" width="100" x="-510" y="115" as="geometry" />
        </mxCell>
        <mxCell id="aBGAuLwUvEidJyp7IOy3-43" parent="1" style="ellipse;whiteSpace=wrap;html=1;align=center;" value="pais_origen" vertex="1">
          <mxGeometry height="30" width="80" x="-640" y="112" as="geometry" />
        </mxCell>
        <mxCell id="aBGAuLwUvEidJyp7IOy3-44" parent="1" style="ellipse;whiteSpace=wrap;html=1;align=center;" value="nombre" vertex="1">
          <mxGeometry height="30" width="80" x="-670" y="145" as="geometry" />
        </mxCell>
        <mxCell id="aBGAuLwUvEidJyp7IOy3-47" parent="1" style="ellipse;whiteSpace=wrap;html=1;align=center;" value="color" vertex="1">
          <mxGeometry height="29" width="70" x="-35" y="255" as="geometry" />
        </mxCell>
        <mxCell id="aBGAuLwUvEidJyp7IOy3-48" edge="1" parent="1" source="__fQeJzKLpHXALts6HS9-11" style="endArrow=none;html=1;rounded=0;exitX=0.5;exitY=1;exitDx=0;exitDy=0;entryX=0;entryY=0;entryDx=0;entryDy=0;" target="aBGAuLwUvEidJyp7IOy3-47" value="">
          <mxGeometry relative="1" as="geometry">
            <mxPoint x="100" y="329" as="sourcePoint" />
            <mxPoint x="150" y="384" as="targetPoint" />
          </mxGeometry>
        </mxCell>
        <mxCell id="aBGAuLwUvEidJyp7IOy3-49" parent="1" style="rounded=1;arcSize=10;whiteSpace=wrap;html=1;align=center;" value="Fábrica" vertex="1">
          <mxGeometry height="40" width="100" x="-580" y="204" as="geometry" />
        </mxCell>
        <mxCell id="aBGAuLwUvEidJyp7IOy3-52" edge="1" parent="1" source="aBGAuLwUvEidJyp7IOy3-44" style="endArrow=none;html=1;rounded=0;exitX=1;exitY=1;exitDx=0;exitDy=0;entryX=0.5;entryY=0;entryDx=0;entryDy=0;" target="aBGAuLwUvEidJyp7IOy3-49" value="">
          <mxGeometry relative="1" as="geometry">
            <mxPoint x="-415" y="299" as="sourcePoint" />
            <mxPoint x="-535" y="209" as="targetPoint" />
          </mxGeometry>
        </mxCell>
        <mxCell id="aBGAuLwUvEidJyp7IOy3-54" edge="1" parent="1" source="aBGAuLwUvEidJyp7IOy3-43" style="endArrow=none;html=1;rounded=0;exitX=1;exitY=1;exitDx=0;exitDy=0;entryX=0.5;entryY=0;entryDx=0;entryDy=0;" target="aBGAuLwUvEidJyp7IOy3-49" value="">
          <mxGeometry relative="1" as="geometry">
            <mxPoint x="-515" y="169" as="sourcePoint" />
            <mxPoint x="-535" y="209" as="targetPoint" />
          </mxGeometry>
        </mxCell>
        <mxCell id="aBGAuLwUvEidJyp7IOy3-55" edge="1" parent="1" source="aBGAuLwUvEidJyp7IOy3-49" style="endArrow=none;html=1;rounded=0;exitX=0.5;exitY=0;exitDx=0;exitDy=0;entryX=0;entryY=1;entryDx=0;entryDy=0;" target="aBGAuLwUvEidJyp7IOy3-41" value="">
          <mxGeometry relative="1" as="geometry">
            <mxPoint x="-535" y="209" as="sourcePoint" />
            <mxPoint x="-455" y="213" as="targetPoint" />
          </mxGeometry>
        </mxCell>
        <mxCell id="aBGAuLwUvEidJyp7IOy3-56" edge="1" parent="1" source="3osZsQ2Fq6k2BvSbL6Ga-3" style="endArrow=none;html=1;rounded=0;exitX=0.5;exitY=1;exitDx=0;exitDy=0;entryX=0.5;entryY=0;entryDx=0;entryDy=0;" target="aBGAuLwUvEidJyp7IOy3-49" value="">
          <mxGeometry relative="1" as="geometry">
            <mxPoint x="-575" y="134" as="sourcePoint" />
            <mxPoint x="-535" y="209" as="targetPoint" />
          </mxGeometry>
        </mxCell>
        <mxCell id="3osZsQ2Fq6k2BvSbL6Ga-3" parent="1" style="ellipse;whiteSpace=wrap;html=1;align=center;fontStyle=4;" value="CUIT" vertex="1">
          <mxGeometry height="30" width="80" x="-570" y="85" as="geometry" />
        </mxCell>
        <mxCell id="3osZsQ2Fq6k2BvSbL6Ga-4" parent="1" style="ellipse;whiteSpace=wrap;html=1;align=center;" value="dni" vertex="1">
          <mxGeometry height="24.5" width="55" x="387.5" y="-114" as="geometry" />
        </mxCell>
        <mxCell id="3osZsQ2Fq6k2BvSbL6Ga-5" edge="1" parent="1" source="3osZsQ2Fq6k2BvSbL6Ga-4" style="endArrow=none;html=1;rounded=0;exitX=0;exitY=1;exitDx=0;exitDy=0;entryX=0.5;entryY=0;entryDx=0;entryDy=0;" target="__fQeJzKLpHXALts6HS9-7" value="">
          <mxGeometry relative="1" as="geometry">
            <mxPoint x="487.5" y="-110" as="sourcePoint" />
            <mxPoint x="537.5" y="-46" as="targetPoint" />
          </mxGeometry>
        </mxCell>
        <mxCell id="3osZsQ2Fq6k2BvSbL6Ga-7" parent="1" style="ellipse;whiteSpace=wrap;html=1;align=center;" value="día" vertex="1">
          <mxGeometry height="30" width="57.5" x="93.75" y="-80" as="geometry" />
        </mxCell>
        <mxCell id="3osZsQ2Fq6k2BvSbL6Ga-8" parent="1" style="ellipse;whiteSpace=wrap;html=1;align=center;" value="horario" vertex="1">
          <mxGeometry height="30" width="80" x="82.5" y="25" as="geometry" />
        </mxCell>
        <mxCell id="3osZsQ2Fq6k2BvSbL6Ga-9" parent="1" style="ellipse;whiteSpace=wrap;html=1;align=center;" value="inicio" vertex="1">
          <mxGeometry height="31" width="60" x="60" y="84" as="geometry" />
        </mxCell>
        <mxCell id="3osZsQ2Fq6k2BvSbL6Ga-10" parent="1" style="ellipse;whiteSpace=wrap;html=1;align=center;" value="final" vertex="1">
          <mxGeometry height="31" width="60" x="140" y="83" as="geometry" />
        </mxCell>
        <mxCell id="3osZsQ2Fq6k2BvSbL6Ga-11" edge="1" parent="1" source="3osZsQ2Fq6k2BvSbL6Ga-7" style="endArrow=none;html=1;rounded=0;exitX=0.5;exitY=1;exitDx=0;exitDy=0;entryX=0.5;entryY=0;entryDx=0;entryDy=0;" target="__fQeJzKLpHXALts6HS9-29" value="">
          <mxGeometry relative="1" as="geometry">
            <mxPoint x="250" y="65" as="sourcePoint" />
            <mxPoint x="295" y="129" as="targetPoint" />
          </mxGeometry>
        </mxCell>
        <mxCell id="3osZsQ2Fq6k2BvSbL6Ga-12" edge="1" parent="1" source="__fQeJzKLpHXALts6HS9-29" style="endArrow=none;html=1;rounded=0;exitX=0.5;exitY=1;exitDx=0;exitDy=0;entryX=0.5;entryY=0;entryDx=0;entryDy=0;" target="3osZsQ2Fq6k2BvSbL6Ga-8" value="">
          <mxGeometry relative="1" as="geometry">
            <mxPoint x="200" y="55" as="sourcePoint" />
            <mxPoint x="245" y="119" as="targetPoint" />
          </mxGeometry>
        </mxCell>
        <mxCell id="3osZsQ2Fq6k2BvSbL6Ga-13" edge="1" parent="1" source="3osZsQ2Fq6k2BvSbL6Ga-8" style="endArrow=none;html=1;rounded=0;exitX=0.5;exitY=1;exitDx=0;exitDy=0;entryX=0.5;entryY=0;entryDx=0;entryDy=0;" target="3osZsQ2Fq6k2BvSbL6Ga-10" value="">
          <mxGeometry relative="1" as="geometry">
            <mxPoint x="190" y="55" as="sourcePoint" />
            <mxPoint x="235" y="119" as="targetPoint" />
          </mxGeometry>
        </mxCell>
        <mxCell id="3osZsQ2Fq6k2BvSbL6Ga-14" edge="1" parent="1" source="3osZsQ2Fq6k2BvSbL6Ga-8" style="endArrow=none;html=1;rounded=0;exitX=0.5;exitY=1;exitDx=0;exitDy=0;entryX=0.5;entryY=0;entryDx=0;entryDy=0;" target="3osZsQ2Fq6k2BvSbL6Ga-9" value="">
          <mxGeometry relative="1" as="geometry">
            <mxPoint x="210" y="65" as="sourcePoint" />
            <mxPoint x="255" y="129" as="targetPoint" />
          </mxGeometry>
        </mxCell>
        <mxCell id="3osZsQ2Fq6k2BvSbL6Ga-16" parent="1" style="shape=rhombus;perimeter=rhombusPerimeter;whiteSpace=wrap;html=1;align=center;" value="son vendidos" vertex="1">
          <mxGeometry height="42" width="95" x="-137.5" y="83" as="geometry" />
        </mxCell>
        <mxCell id="3osZsQ2Fq6k2BvSbL6Ga-17" edge="1" parent="1" source="3osZsQ2Fq6k2BvSbL6Ga-16" style="endArrow=none;html=1;rounded=0;exitX=0.5;exitY=0;exitDx=0;exitDy=0;entryX=0.5;entryY=1;entryDx=0;entryDy=0;" target="__fQeJzKLpHXALts6HS9-2" value="">
          <mxGeometry relative="1" as="geometry">
            <mxPoint x="125" y="165" as="sourcePoint" />
            <mxPoint x="10" y="165" as="targetPoint" />
          </mxGeometry>
        </mxCell>
        <mxCell id="3osZsQ2Fq6k2BvSbL6Ga-18" connectable="0" parent="3osZsQ2Fq6k2BvSbL6Ga-17" style="resizable=0;html=1;whiteSpace=wrap;align=right;verticalAlign=bottom;" value="N" vertex="1">
          <mxGeometry relative="1" x="1" as="geometry">
            <mxPoint x="10" y="19" as="offset" />
          </mxGeometry>
        </mxCell>
        <mxCell id="3osZsQ2Fq6k2BvSbL6Ga-19" edge="1" parent="1" source="3osZsQ2Fq6k2BvSbL6Ga-16" style="endArrow=none;html=1;rounded=0;exitX=0.5;exitY=1;exitDx=0;exitDy=0;entryX=0.5;entryY=0;entryDx=0;entryDy=0;" target="__fQeJzKLpHXALts6HS9-11" value="">
          <mxGeometry relative="1" as="geometry">
            <mxPoint x="95" y="155" as="sourcePoint" />
            <mxPoint x="-20" y="155" as="targetPoint" />
          </mxGeometry>
        </mxCell>
        <mxCell id="3osZsQ2Fq6k2BvSbL6Ga-20" connectable="0" parent="3osZsQ2Fq6k2BvSbL6Ga-19" style="resizable=0;html=1;whiteSpace=wrap;align=right;verticalAlign=bottom;" value="N" vertex="1">
          <mxGeometry relative="1" x="1" as="geometry">
            <mxPoint x="15" y="1" as="offset" />
          </mxGeometry>
        </mxCell>
        <mxCell id="3osZsQ2Fq6k2BvSbL6Ga-21" parent="1" style="ellipse;whiteSpace=wrap;html=1;align=center;" value="precio_venta" vertex="1">
          <mxGeometry height="26" width="80" x="-260" y="91" as="geometry" />
        </mxCell>
        <mxCell id="3osZsQ2Fq6k2BvSbL6Ga-22" edge="1" parent="1" source="3osZsQ2Fq6k2BvSbL6Ga-21" style="endArrow=none;html=1;rounded=0;exitX=1;exitY=0.5;exitDx=0;exitDy=0;entryX=0;entryY=0.5;entryDx=0;entryDy=0;" target="3osZsQ2Fq6k2BvSbL6Ga-16" value="">
          <mxGeometry relative="1" as="geometry">
            <mxPoint x="-230" y="155" as="sourcePoint" />
            <mxPoint x="-180" y="210" as="targetPoint" />
          </mxGeometry>
        </mxCell>
        <mxCell id="3osZsQ2Fq6k2BvSbL6Ga-24" parent="1" style="ellipse;whiteSpace=wrap;html=1;align=center;" value="cant_empleados" vertex="1">
          <mxGeometry height="30" width="100" x="-480" y="154" as="geometry" />
        </mxCell>
        <mxCell id="3osZsQ2Fq6k2BvSbL6Ga-25" edge="1" parent="1" source="aBGAuLwUvEidJyp7IOy3-49" style="endArrow=none;html=1;rounded=0;exitX=0.5;exitY=0;exitDx=0;exitDy=0;entryX=0;entryY=1;entryDx=0;entryDy=0;" target="3osZsQ2Fq6k2BvSbL6Ga-24" value="">
          <mxGeometry relative="1" as="geometry">
            <mxPoint x="-390" y="304" as="sourcePoint" />
            <mxPoint x="-356" y="235" as="targetPoint" />
          </mxGeometry>
        </mxCell>
        <mxCell id="3osZsQ2Fq6k2BvSbL6Ga-27" parent="1" style="ellipse;whiteSpace=wrap;html=1;align=center;" value="descuento_fijo" vertex="1">
          <mxGeometry height="30" width="100" x="-365" y="-109" as="geometry" />
        </mxCell>
        <mxCell id="3osZsQ2Fq6k2BvSbL6Ga-28" edge="1" parent="1" source="3osZsQ2Fq6k2BvSbL6Ga-27" style="endArrow=none;html=1;rounded=0;entryX=0.5;entryY=0;entryDx=0;entryDy=0;exitX=0.5;exitY=1;exitDx=0;exitDy=0;" target="__fQeJzKLpHXALts6HS9-17" value="">
          <mxGeometry relative="1" as="geometry">
            <mxPoint x="-320" y="-125" as="sourcePoint" />
            <mxPoint x="-320" y="-64" as="targetPoint" />
          </mxGeometry>
        </mxCell>
        <mxCell id="3osZsQ2Fq6k2BvSbL6Ga-37" parent="1" style="ellipse;whiteSpace=wrap;html=1;align=center;" value="nombre" vertex="1">
          <mxGeometry height="26" width="70" x="-620" y="-118" as="geometry" />
        </mxCell>
        <mxCell id="3osZsQ2Fq6k2BvSbL6Ga-38" parent="1" style="ellipse;whiteSpace=wrap;html=1;align=center;fontStyle=4;" value="id_cliente" vertex="1">
          <mxGeometry height="24" width="80" x="-660" y="-86.5" as="geometry" />
        </mxCell>
        <mxCell id="3osZsQ2Fq6k2BvSbL6Ga-39" parent="1" style="ellipse;whiteSpace=wrap;html=1;align=center;" value="ciudad" vertex="1">
          <mxGeometry height="26" width="70" x="-510" y="-118" as="geometry" />
        </mxCell>
        <mxCell id="3osZsQ2Fq6k2BvSbL6Ga-40" parent="1" style="ellipse;whiteSpace=wrap;html=1;align=center;" value="fecha_nac" vertex="1">
          <mxGeometry height="26" width="70" x="-490" y="-85.5" as="geometry" />
        </mxCell>
        <mxCell id="3osZsQ2Fq6k2BvSbL6Ga-41" parent="1" style="ellipse;whiteSpace=wrap;html=1;align=center;" value="dni" vertex="1">
          <mxGeometry height="26" width="70" x="-565" y="-145.5" as="geometry" />
        </mxCell>
        <mxCell id="3osZsQ2Fq6k2BvSbL6Ga-42" edge="1" parent="1" source="3osZsQ2Fq6k2BvSbL6Ga-38" style="endArrow=none;html=1;rounded=0;entryX=0.5;entryY=0;entryDx=0;entryDy=0;exitX=1;exitY=1;exitDx=0;exitDy=0;" target="__fQeJzKLpHXALts6HS9-16" value="">
          <mxGeometry relative="1" as="geometry">
            <mxPoint x="-530" y="-65" as="sourcePoint" />
            <mxPoint x="-530" y="-21" as="targetPoint" />
          </mxGeometry>
        </mxCell>
        <mxCell id="3osZsQ2Fq6k2BvSbL6Ga-43" edge="1" parent="1" source="3osZsQ2Fq6k2BvSbL6Ga-37" style="endArrow=none;html=1;rounded=0;entryX=0.5;entryY=0;entryDx=0;entryDy=0;exitX=1;exitY=1;exitDx=0;exitDy=0;" target="__fQeJzKLpHXALts6HS9-16" value="">
          <mxGeometry relative="1" as="geometry">
            <mxPoint x="-540" y="-65" as="sourcePoint" />
            <mxPoint x="-540" y="-21" as="targetPoint" />
          </mxGeometry>
        </mxCell>
        <mxCell id="3osZsQ2Fq6k2BvSbL6Ga-44" edge="1" parent="1" source="3osZsQ2Fq6k2BvSbL6Ga-41" style="endArrow=none;html=1;rounded=0;exitX=0.5;exitY=1;exitDx=0;exitDy=0;entryX=0.5;entryY=0;entryDx=0;entryDy=0;" target="__fQeJzKLpHXALts6HS9-16" value="">
          <mxGeometry relative="1" as="geometry">
            <mxPoint x="-530" y="-75" as="sourcePoint" />
            <mxPoint x="-530" y="-35" as="targetPoint" />
          </mxGeometry>
        </mxCell>
        <mxCell id="3osZsQ2Fq6k2BvSbL6Ga-45" edge="1" parent="1" source="3osZsQ2Fq6k2BvSbL6Ga-39" style="endArrow=none;html=1;rounded=0;entryX=0.5;entryY=0;entryDx=0;entryDy=0;exitX=0;exitY=1;exitDx=0;exitDy=0;" target="__fQeJzKLpHXALts6HS9-16" value="">
          <mxGeometry relative="1" as="geometry">
            <mxPoint x="-500" y="-85" as="sourcePoint" />
            <mxPoint x="-500" y="-41" as="targetPoint" />
          </mxGeometry>
        </mxCell>
        <mxCell id="3osZsQ2Fq6k2BvSbL6Ga-46" edge="1" parent="1" source="3osZsQ2Fq6k2BvSbL6Ga-40" style="endArrow=none;html=1;rounded=0;entryX=0.5;entryY=0;entryDx=0;entryDy=0;exitX=0;exitY=1;exitDx=0;exitDy=0;" target="__fQeJzKLpHXALts6HS9-16" value="">
          <mxGeometry relative="1" as="geometry">
            <mxPoint x="-500" y="-55" as="sourcePoint" />
            <mxPoint x="-500" y="-11" as="targetPoint" />
          </mxGeometry>
        </mxCell>
        <mxCell id="3osZsQ2Fq6k2BvSbL6Ga-47" parent="1" style="rounded=1;arcSize=10;whiteSpace=wrap;html=1;align=center;" value="Tarjeta" vertex="1">
          <mxGeometry height="40" width="100" x="-970" y="-30" as="geometry" />
        </mxCell>
        <mxCell id="3osZsQ2Fq6k2BvSbL6Ga-48" parent="1" style="shape=rhombus;perimeter=rhombusPerimeter;whiteSpace=wrap;html=1;align=center;" value="puede usar" vertex="1">
          <mxGeometry height="34" width="100" x="-770" y="-27" as="geometry" />
        </mxCell>
        <mxCell id="3osZsQ2Fq6k2BvSbL6Ga-49" edge="1" parent="1" source="3osZsQ2Fq6k2BvSbL6Ga-48" style="endArrow=none;html=1;rounded=0;exitX=0;exitY=0.5;exitDx=0;exitDy=0;entryX=1;entryY=0.5;entryDx=0;entryDy=0;" target="3osZsQ2Fq6k2BvSbL6Ga-47" value="">
          <mxGeometry relative="1" as="geometry">
            <mxPoint x="-750" y="65" as="sourcePoint" />
            <mxPoint x="-860" y="65" as="targetPoint" />
          </mxGeometry>
        </mxCell>
        <mxCell id="3osZsQ2Fq6k2BvSbL6Ga-50" connectable="0" parent="3osZsQ2Fq6k2BvSbL6Ga-49" style="resizable=0;html=1;whiteSpace=wrap;align=right;verticalAlign=bottom;" value="N" vertex="1">
          <mxGeometry relative="1" x="1" as="geometry">
            <mxPoint x="20" as="offset" />
          </mxGeometry>
        </mxCell>
        <mxCell id="3osZsQ2Fq6k2BvSbL6Ga-51" edge="1" parent="1" source="3osZsQ2Fq6k2BvSbL6Ga-48" style="endArrow=none;html=1;rounded=0;exitX=1;exitY=0.5;exitDx=0;exitDy=0;entryX=0;entryY=0.5;entryDx=0;entryDy=0;" target="__fQeJzKLpHXALts6HS9-16" value="">
          <mxGeometry relative="1" as="geometry">
            <mxPoint x="-730" y="75" as="sourcePoint" />
            <mxPoint x="-840" y="75" as="targetPoint" />
          </mxGeometry>
        </mxCell>
        <mxCell id="3osZsQ2Fq6k2BvSbL6Ga-52" connectable="0" parent="3osZsQ2Fq6k2BvSbL6Ga-51" style="resizable=0;html=1;whiteSpace=wrap;align=right;verticalAlign=bottom;" value="1" vertex="1">
          <mxGeometry relative="1" x="1" as="geometry">
            <mxPoint x="-10" as="offset" />
          </mxGeometry>
        </mxCell>
        <mxCell id="3osZsQ2Fq6k2BvSbL6Ga-53" parent="1" style="ellipse;whiteSpace=wrap;html=1;align=center;fontStyle=4;" value="núm_tarjeta" vertex="1">
          <mxGeometry height="24" width="80" x="-1030" y="25" as="geometry" />
        </mxCell>
        <mxCell id="3osZsQ2Fq6k2BvSbL6Ga-54" parent="1" style="ellipse;whiteSpace=wrap;html=1;align=center;" value="cod_seguridad" vertex="1">
          <mxGeometry height="26" width="85" x="-910" y="55" as="geometry" />
        </mxCell>
        <mxCell id="3osZsQ2Fq6k2BvSbL6Ga-55" parent="1" style="ellipse;whiteSpace=wrap;html=1;align=center;" value="fecha_vencimiento" vertex="1">
          <mxGeometry height="24.5" width="120" x="-890" y="24.5" as="geometry" />
        </mxCell>
        <mxCell id="3osZsQ2Fq6k2BvSbL6Ga-56" parent="1" style="ellipse;whiteSpace=wrap;html=1;align=center;" value="nombre" vertex="1">
          <mxGeometry height="26" width="70" x="-1000" y="55" as="geometry" />
        </mxCell>
        <mxCell id="3osZsQ2Fq6k2BvSbL6Ga-57" edge="1" parent="1" source="3osZsQ2Fq6k2BvSbL6Ga-47" style="endArrow=none;html=1;rounded=0;entryX=0;entryY=0;entryDx=0;entryDy=0;exitX=0.5;exitY=1;exitDx=0;exitDy=0;" target="3osZsQ2Fq6k2BvSbL6Ga-55" value="">
          <mxGeometry relative="1" as="geometry">
            <mxPoint x="-910" y="125" as="sourcePoint" />
            <mxPoint x="-880" y="191" as="targetPoint" />
          </mxGeometry>
        </mxCell>
        <mxCell id="3osZsQ2Fq6k2BvSbL6Ga-58" edge="1" parent="1" source="3osZsQ2Fq6k2BvSbL6Ga-47" style="endArrow=none;html=1;rounded=0;entryX=1;entryY=0;entryDx=0;entryDy=0;exitX=0.5;exitY=1;exitDx=0;exitDy=0;" target="3osZsQ2Fq6k2BvSbL6Ga-53" value="">
          <mxGeometry relative="1" as="geometry">
            <mxPoint x="-950" y="135" as="sourcePoint" />
            <mxPoint x="-920" y="201" as="targetPoint" />
          </mxGeometry>
        </mxCell>
        <mxCell id="3osZsQ2Fq6k2BvSbL6Ga-59" edge="1" parent="1" source="3osZsQ2Fq6k2BvSbL6Ga-47" style="endArrow=none;html=1;rounded=0;entryX=0;entryY=0;entryDx=0;entryDy=0;exitX=0.5;exitY=1;exitDx=0;exitDy=0;" target="3osZsQ2Fq6k2BvSbL6Ga-54" value="">
          <mxGeometry relative="1" as="geometry">
            <mxPoint x="-910" y="125" as="sourcePoint" />
            <mxPoint x="-880" y="191" as="targetPoint" />
          </mxGeometry>
        </mxCell>
        <mxCell id="3osZsQ2Fq6k2BvSbL6Ga-60" edge="1" parent="1" source="3osZsQ2Fq6k2BvSbL6Ga-47" style="endArrow=none;html=1;rounded=0;entryX=1;entryY=0;entryDx=0;entryDy=0;exitX=0.5;exitY=1;exitDx=0;exitDy=0;" target="3osZsQ2Fq6k2BvSbL6Ga-56" value="">
          <mxGeometry relative="1" as="geometry">
            <mxPoint x="-970" y="125" as="sourcePoint" />
            <mxPoint x="-940" y="191" as="targetPoint" />
          </mxGeometry>
        </mxCell>
      </root>
    </mxGraphModel>
  </diagram>
</mxfile>
